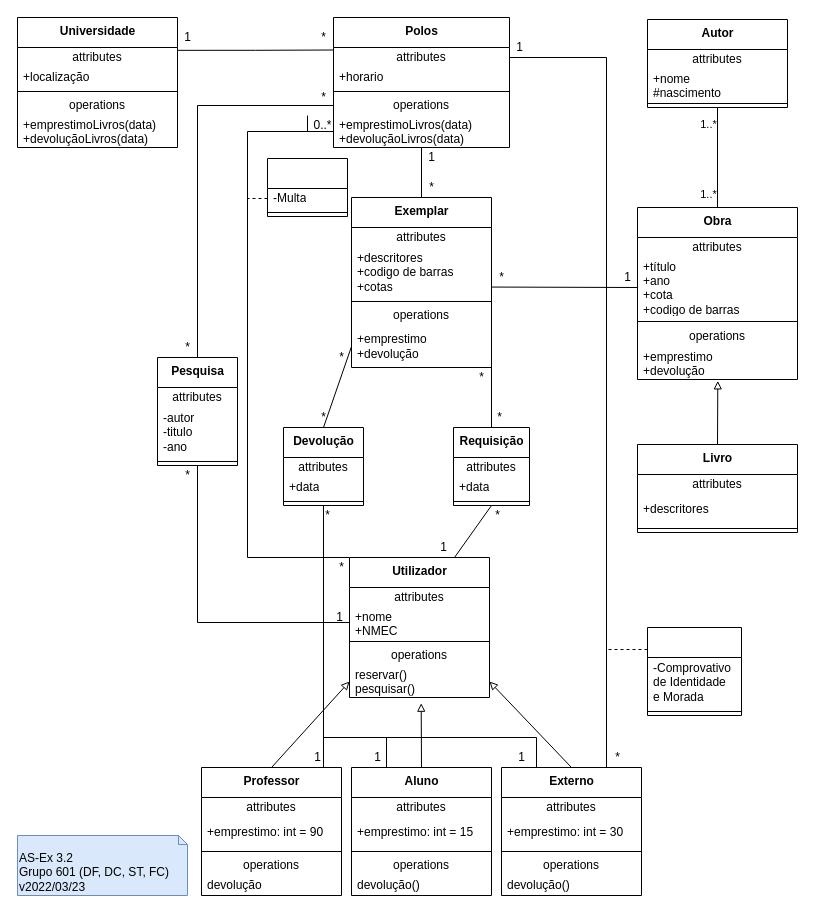
The draw.io diagram page "3.2_alternative" (2 of 2) of P/P3/P3.drawio in DavidAraujo98/AS, before the edit. Source tidied: cells renumbered, new cells numbered last; positions are measured from the earlier drawing's top-left corner, leaving out a move shared by most shapes. Both pictures are drawn from the tidied source at 100%, with x=0, y=0 at pixel (17, 17).
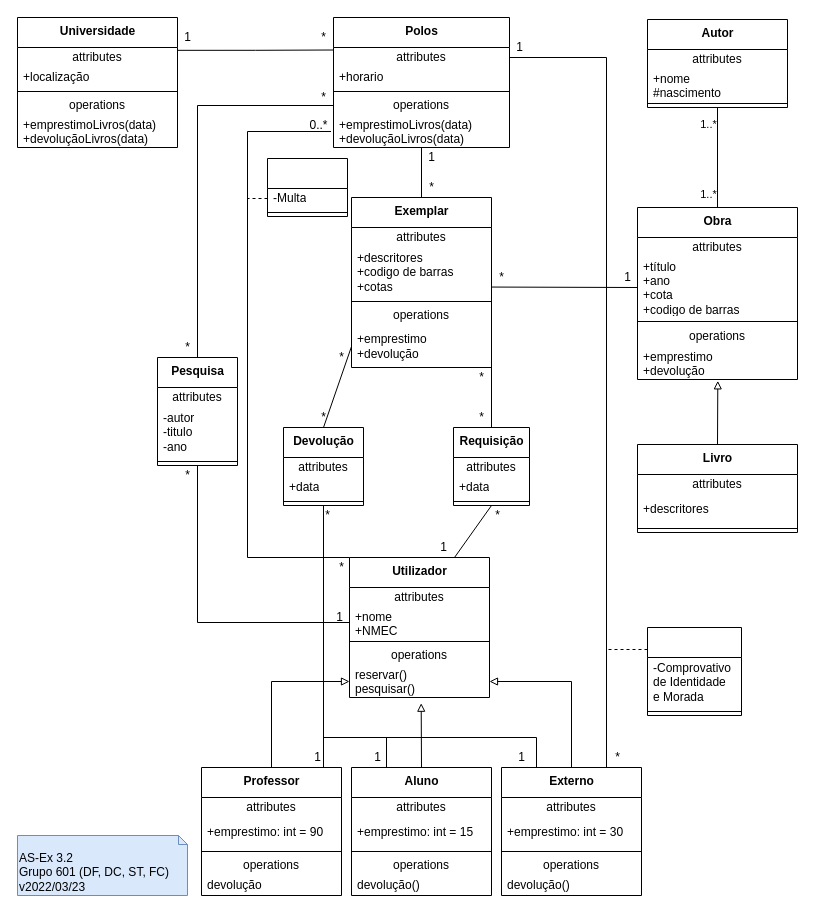
The same diagram, later.

Unchanged cells that the change refers to:
```xml
<mxCell id="18" value="&lt;b&gt;Utilizador&lt;/b&gt;" style="swimlane;fontStyle=0;align=center;verticalAlign=top;horizontal=1;startSize=30;html=1;" parent="1" vertex="1">
  <mxGeometry x="332" y="540" width="140" height="140" as="geometry" />
</mxCell>
<mxCell id="23" value="reservar()&lt;br&gt;pesquisar()" style="text;html=1;strokeColor=none;fillColor=none;align=left;verticalAlign=middle;spacingLeft=4;spacingRight=4;overflow=hidden;points=[[0,0.5],[1,0.5]];portConstraint=eastwest;" parent="18" vertex="1">
  <mxGeometry y="108" width="140" height="32" as="geometry" />
</mxCell>
<mxCell id="26" value="&lt;b&gt;Professor&lt;/b&gt;" style="swimlane;fontStyle=0;align=center;verticalAlign=top;horizontal=1;startSize=30;html=1;swimlaneFillColor=none;gradientColor=none;strokeColor=#000000;" parent="1" vertex="1">
  <mxGeometry x="184" y="750" width="140" height="128" as="geometry" />
</mxCell>
<mxCell id="43" value="&lt;b&gt;Externo&lt;/b&gt;" style="swimlane;fontStyle=0;align=center;verticalAlign=top;horizontal=1;startSize=30;html=1;" parent="1" vertex="1">
  <mxGeometry x="484" y="750" width="140" height="128" as="geometry" />
</mxCell>
<mxCell id="74" value="+emprestimoLivros(data)&lt;br&gt;+devoluçãoLivros(data)" style="text;html=1;strokeColor=none;fillColor=none;align=left;verticalAlign=middle;spacingLeft=4;spacingRight=4;overflow=hidden;points=[[0,0.5],[1,0.5]];portConstraint=eastwest;labelBackgroundColor=none;" parent="69" vertex="1">
  <mxGeometry y="98" width="176" height="32" as="geometry" />
</mxCell>
```

The edit, as a diff of the source:
```diff
@@
-    <mxCell id="24" style="edgeStyle=none;rounded=0;jettySize=auto;html=1;exitX=0.5;exitY=0;exitDx=0;exitDy=0;entryX=0;entryY=0.5;entryDx=0;entryDy=0;endArrow=block;endFill=0;" parent="1" edge="1" source="26" target="23">
+    <mxCell id="24" style="edgeStyle=orthogonalEdgeStyle;rounded=0;jettySize=auto;html=1;exitX=0.5;exitY=0;exitDx=0;exitDy=0;entryX=0;entryY=0.5;entryDx=0;entryDy=0;endArrow=block;endFill=0;" parent="1" edge="1" source="26" target="23">
       <mxGeometry relative="1" as="geometry" />
     </mxCell>
@@
-    <mxCell id="40" style="edgeStyle=none;rounded=0;jettySize=auto;html=1;exitX=0.5;exitY=0;exitDx=0;exitDy=0;entryX=1;entryY=0.5;entryDx=0;entryDy=0;endArrow=block;endFill=0;" parent="1" edge="1" source="43" target="23">
+    <mxCell id="40" style="edgeStyle=orthogonalEdgeStyle;rounded=0;jettySize=auto;html=1;exitX=0.5;exitY=0;exitDx=0;exitDy=0;entryX=1;entryY=0.5;entryDx=0;entryDy=0;endArrow=block;endFill=0;" parent="1" edge="1" source="43" target="23">
       <mxGeometry relative="1" as="geometry" />
     </mxCell>
@@
     <mxCell id="102" value="*" style="text;html=1;align=center;verticalAlign=middle;strokeColor=none;fillColor=none;" parent="1" vertex="1">
-      <mxGeometry x="472" y="390" width="20" height="20" as="geometry" />
+      <mxGeometry x="454" y="390" width="20" height="20" as="geometry" />
     </mxCell>
@@
-    <mxCell id="117" style="edgeStyle=orthogonalEdgeStyle;rounded=0;jettySize=auto;html=1;exitX=0;exitY=0.5;exitDx=0;exitDy=0;entryX=0;entryY=0;entryDx=0;entryDy=0;fontFamily=Helvetica;fontSize=12;fontColor=default;endArrow=none;endFill=0;startSize=30;startArrow=none;" parent="1" edge="1" source="121" target="18">
+    <mxCell id="117" style="edgeStyle=orthogonalEdgeStyle;rounded=0;jettySize=auto;html=1;entryX=0;entryY=0;entryDx=0;entryDy=0;fontFamily=Helvetica;fontSize=12;fontColor=default;endArrow=none;endFill=0;startSize=30;startArrow=none;exitX=-0.014;exitY=0.5;exitDx=0;exitDy=0;exitPerimeter=0;" parent="1" edge="1" source="74" target="18">
       <mxGeometry relative="1" as="geometry">
         <Array as="points">
           <mxPoint x="230" y="114" />
           <mxPoint x="230" y="540" />
         </Array>
       </mxGeometry>
     </mxCell>
@@
     <mxCell id="121" value="0..*" style="text;html=1;align=center;verticalAlign=middle;points=[];strokeColor=none;fillColor=none;" parent="1" vertex="1">
-      <mxGeometry x="290" y="98" width="30" height="20" as="geometry" />
+      <mxGeometry x="286" y="98" width="30" height="20" as="geometry" />
     </mxCell>
-    <mxCell id="122" style="edgeStyle=orthogonalEdgeStyle;rounded=0;jettySize=auto;html=1;exitX=0;exitY=0.5;exitDx=0;exitDy=0;entryX=0;entryY=0;entryDx=0;entryDy=0;fontFamily=Helvetica;fontSize=12;fontColor=default;endArrow=none;endFill=0;startSize=30;" parent="1" edge="1" source="74" target="121">
-      <mxGeometry relative="1" as="geometry" />
-    </mxCell>
```
